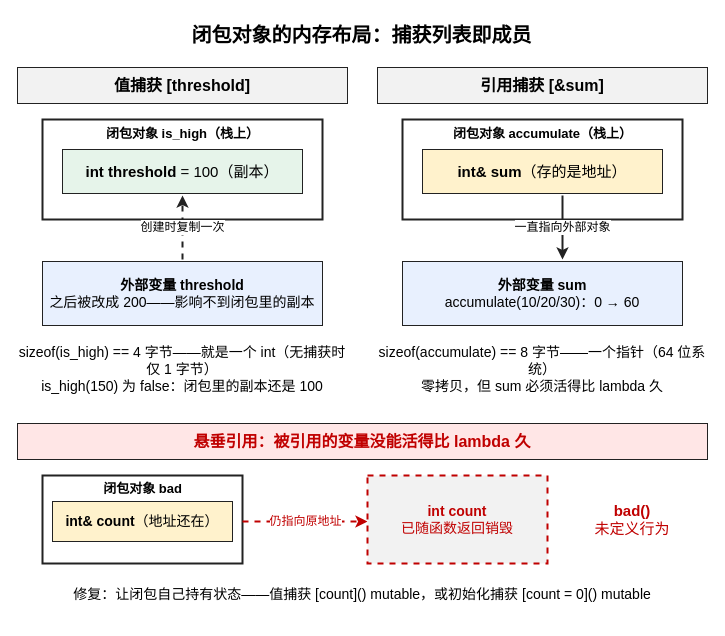
This is documents/vol2-modern-features/ch03-lambda/02-lambda-capture-layout.drawio from Awesome-Embedded-Learning-Studio/Tutorial_AwesomeModernCPP, a draw.io file, before an edit. Source tidied: cells renumbered, new cells numbered last; positions are measured from the earlier drawing's top-left corner, leaving out a move shared by most shapes. Both pictures are drawn from the tidied source at 100%, with x=0, y=0 at pixel (17, 17).
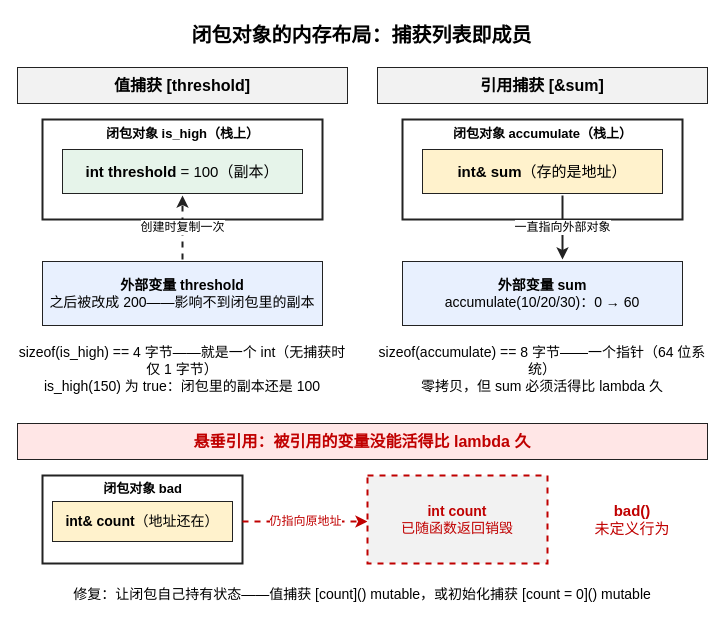
The same diagram, later.

Change to the diagram source:
```diff
@@
-    <mxCell id="9" value="sizeof(is_high) == 4 字节——就是一个 int（无捕获时仅 1 字节）&lt;br&gt;is_high(150) 为 false：闭包里的副本还是 100" style="text;html=1;strokeColor=none;fillColor=none;align=center;verticalAlign=top;fontSize=14;whiteSpace=wrap;" parent="1" vertex="1">
+    <mxCell id="9" value="sizeof(is_high) == 4 字节——就是一个 int（无捕获时仅 1 字节）&lt;br&gt;is_high(150) 为 true：闭包里的副本还是 100" style="text;html=1;strokeColor=none;fillColor=none;align=center;verticalAlign=top;fontSize=14;whiteSpace=wrap;" parent="1" vertex="1">
       <mxGeometry y="320" width="330" height="64" as="geometry" />
     </mxCell>
```
